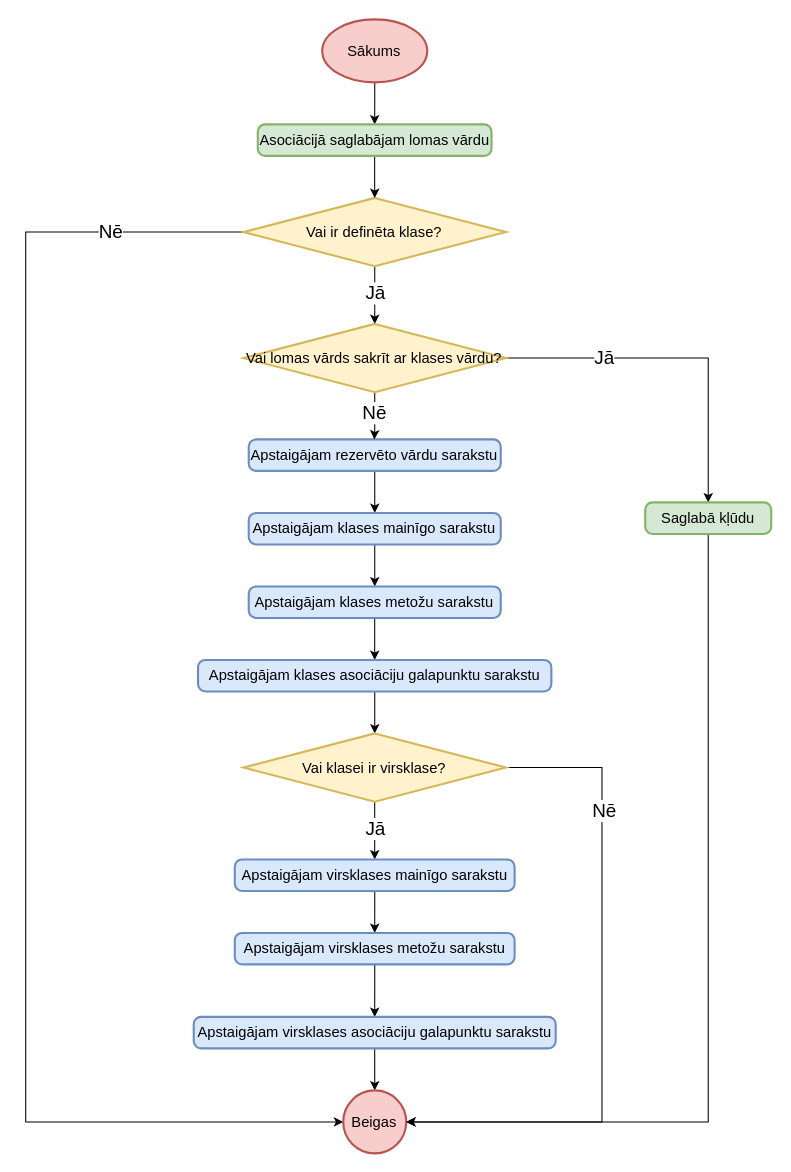
artiks12/webAppOS keeps this draw.io diagram as page "Lomas vārda pārbaude" (4 of 4) of src/Kvalifikacijas darbs/Diagrammas/Kompilators/Asociācijas.drawio. Above is the earlier version. Source tidied: cells renumbered, new cells numbered last; positions are measured from the earlier drawing's top-left corner, leaving out a move shared by most shapes. Both pictures are drawn from the tidied source at 105%, with x=0, y=0 at pixel (25, 19).
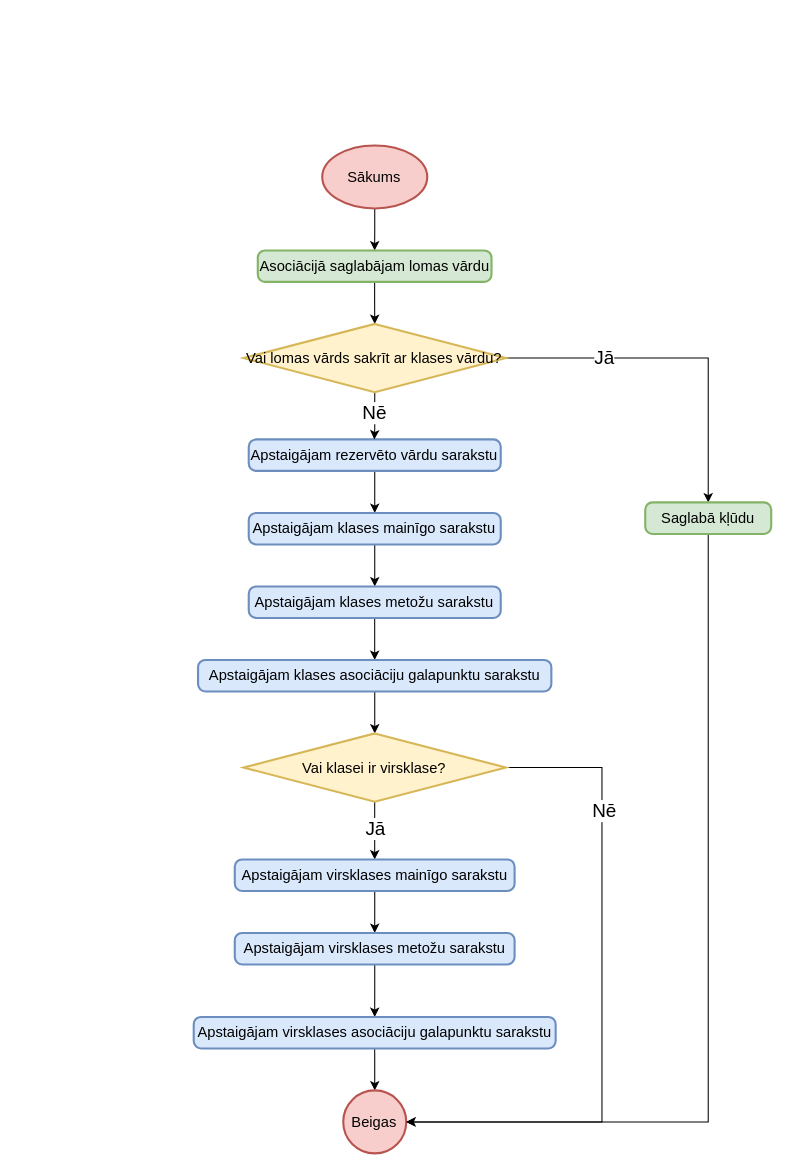
The same page after the edit.

Unchanged cells that the change refers to:
```xml
<mxCell id="12" value="Beigas" style="strokeWidth=2;html=1;shape=mxgraph.flowchart.start_2;whiteSpace=wrap;fontSize=14;fillColor=#f8cecc;strokeColor=#b85450;" parent="1" vertex="1">
  <mxGeometry x="302.4" y="1020" width="60" height="60" as="geometry" />
</mxCell>
<mxCell id="34" value="Vai lomas vārds sakrīt ar klases vārdu?" style="strokeWidth=2;html=1;shape=mxgraph.flowchart.decision;whiteSpace=wrap;fontSize=14;fillColor=#fff2cc;strokeColor=#d6b656;" parent="1" vertex="1">
  <mxGeometry x="207.4" y="290" width="250" height="65" as="geometry" />
</mxCell>
```

Change to the diagram source:
```diff
@@
     <mxCell id="3" value="Sākums" style="strokeWidth=2;html=1;shape=mxgraph.flowchart.start_1;whiteSpace=wrap;fontSize=14;fillColor=#f8cecc;strokeColor=#b85450;" parent="1" vertex="1">
-      <mxGeometry x="282.4" width="100" height="60" as="geometry" />
+      <mxGeometry x="282.4" y="120" width="100" height="60" as="geometry" />
     </mxCell>
-    <mxCell id="4" style="edgeStyle=orthogonalEdgeStyle;rounded=0;jettySize=auto;html=1;" parent="1" edge="1" source="6" target="34">
-      <mxGeometry relative="1" as="geometry" />
-    </mxCell>
-    <mxCell id="5" style="edgeStyle=orthogonalEdgeStyle;rounded=0;jettySize=auto;html=1;entryX=0;entryY=0.5;entryDx=0;entryDy=0;entryPerimeter=0;" parent="1" edge="1" source="6" target="12">
-      <mxGeometry relative="1" as="geometry">
-        <Array as="points">
-          <mxPoint y="203" />
-          <mxPoint y="1050" />
-        </Array>
-      </mxGeometry>
-    </mxCell>
-    <mxCell id="6" value="Vai ir definēta klase?" style="strokeWidth=2;html=1;shape=mxgraph.flowchart.decision;whiteSpace=wrap;fontSize=14;fillColor=#fff2cc;strokeColor=#d6b656;" parent="1" vertex="1">
-      <mxGeometry x="207.4" y="170" width="250" height="65" as="geometry" />
-    </mxCell>
-    <mxCell id="7" value="Jā" style="edgeLabel;html=1;align=center;verticalAlign=middle;fontSize=18;" parent="1" vertex="1">
-      <mxGeometry x="332.4" y="260" as="geometry" />
-    </mxCell>
-    <mxCell id="8" value="Nē" style="edgeLabel;html=1;align=center;verticalAlign=middle;fontSize=18;" parent="1" vertex="1">
-      <mxGeometry x="80" y="202.5" as="geometry" />
-    </mxCell>
-    <mxCell id="9" style="edgeStyle=orthogonalEdgeStyle;rounded=0;jettySize=auto;html=1;entryX=0.5;entryY=0;entryDx=0;entryDy=0;entryPerimeter=0;" parent="1" edge="1" source="10" target="6">
+    <mxCell id="9" style="edgeStyle=orthogonalEdgeStyle;rounded=0;jettySize=auto;html=1;entryX=0.5;entryY=0;entryDx=0;entryDy=0;entryPerimeter=0;" parent="1" edge="1" source="10" target="34">
       <mxGeometry relative="1" as="geometry" />
     </mxCell>
     <mxCell id="10" value="Asociācijā saglabājam lomas vārdu" style="rounded=1;whiteSpace=wrap;html=1;absoluteArcSize=1;arcSize=14;strokeWidth=2;fontSize=14;fillColor=#d5e8d4;strokeColor=#82b366;" parent="1" vertex="1">
-      <mxGeometry x="221" y="100" width="222.6" height="30" as="geometry" />
+      <mxGeometry x="221" y="220" width="222.6" height="30" as="geometry" />
     </mxCell>
```
